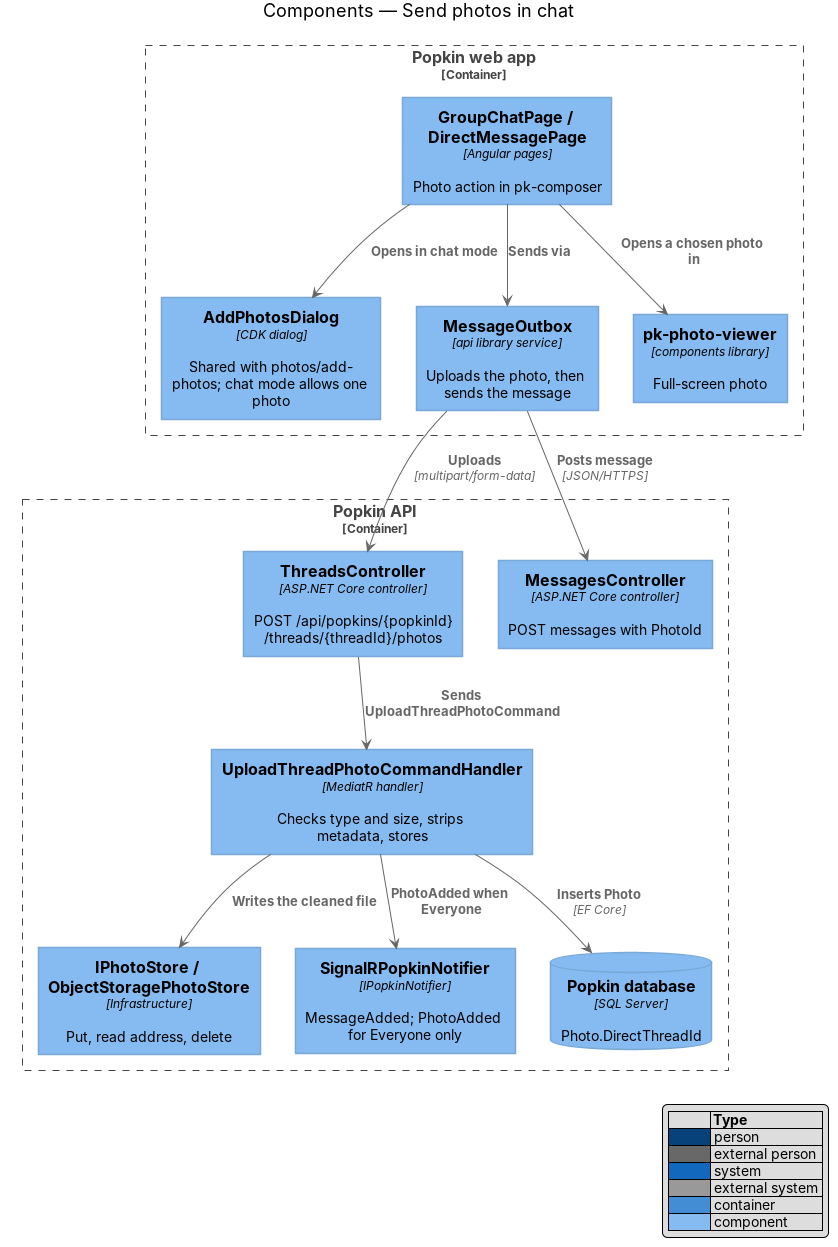
Earlier version of the PlantUML export docs/detailed-designs/chat/send-photos-in-chat/diagrams/c4-component.png (QuinntyneBrown/popkin). Its source is kept beside it as docs/detailed-designs/chat/send-photos-in-chat/diagrams/c4-component.puml. Its diagram source:
```plantuml
@startuml
!include <C4/C4_Component>
LAYOUT_WITH_LEGEND()
title Components — Send photos in chat

Container_Boundary(web, "Popkin web app") {
  Component(page, "GroupChatPage / DirectMessagePage", "Angular pages", "Photo action in pk-composer")
  Component(dialog, "AddPhotosDialog", "CDK dialog", "Shared with photos/add-photos; chat mode allows one photo")
  Component(outbox, "MessageOutbox", "api library service", "Uploads the photo, then sends the message")
  Component(viewer, "pk-photo-viewer", "components library", "Full-screen photo")
}
Container_Boundary(api, "Popkin API") {
  Component(threads, "ThreadsController", "ASP.NET Core controller", "POST /api/popkins/{popkinId}/threads/{threadId}/photos")
  Component(upload, "UploadThreadPhotoCommandHandler", "MediatR handler", "Checks type and size, strips metadata, stores")
  Component(messages, "MessagesController", "ASP.NET Core controller", "POST messages with PhotoId")
  Component(photostore, "IPhotoStore / ObjectStoragePhotoStore", "Infrastructure", "Put, read address, delete")
  Component(notifier, "SignalRPopkinNotifier", "IPopkinNotifier", "MessageAdded; PhotoAdded for Everyone only")
  ComponentDb(db, "Popkin database", "SQL Server", "Photo.DirectThreadId")
}
Rel(page, dialog, "Opens in chat mode")
Rel(page, outbox, "Sends via")
Rel(page, viewer, "Opens a chosen photo in")
Rel(outbox, threads, "Uploads", "multipart/form-data")
Rel(outbox, messages, "Posts message", "JSON/HTTPS")
Rel(threads, upload, "Sends UploadThreadPhotoCommand")
Rel(upload, photostore, "Writes the cleaned file")
Rel(upload, db, "Inserts Photo", "EF Core")
Rel(upload, notifier, "PhotoAdded when Everyone")
@enduml
```
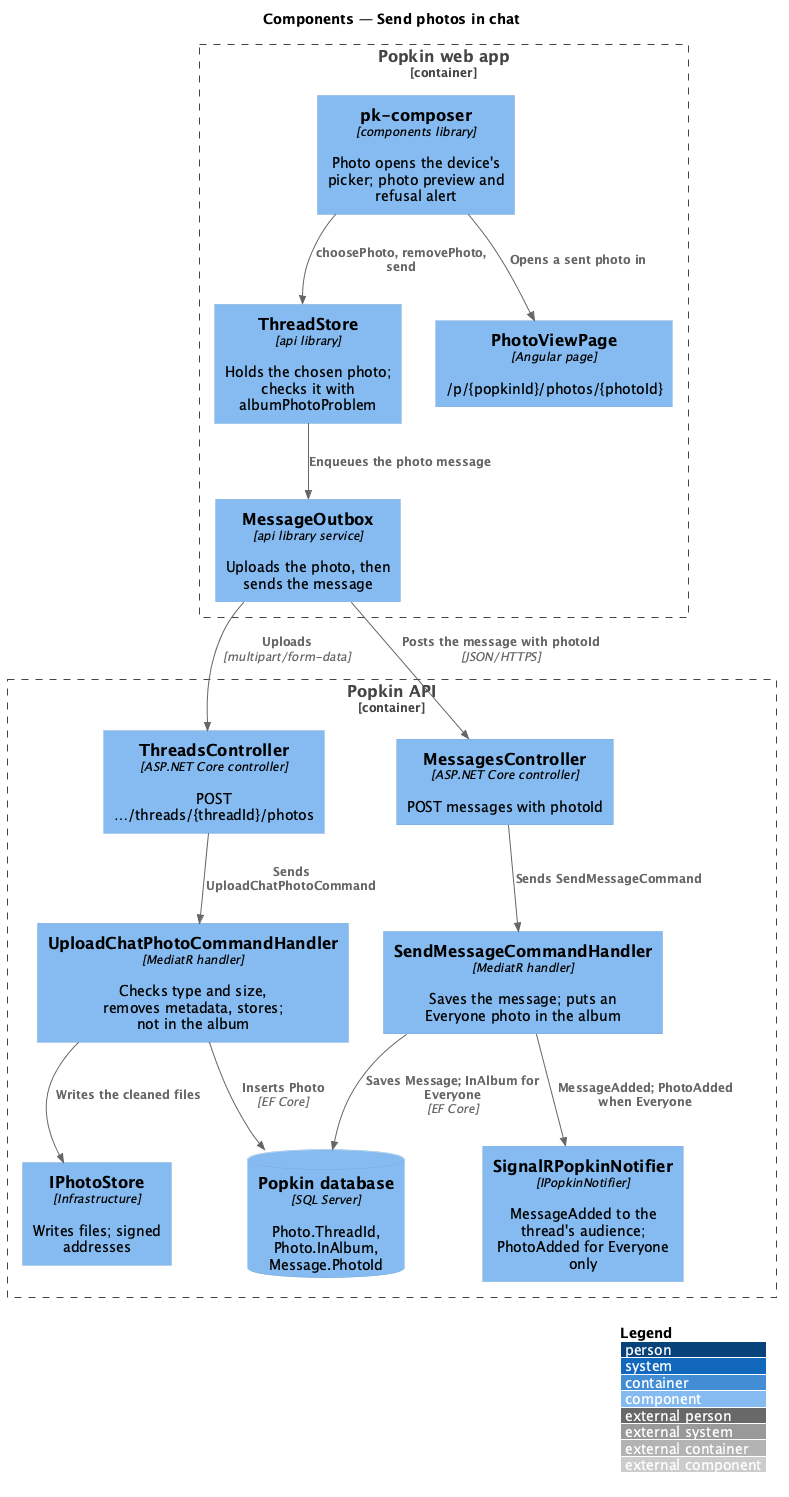
After the change.

Commit message:
Settle the design of sending photos in chat

Diff of the diagram source:
```diff
@@ -4,26 +4,29 @@
 title Components — Send photos in chat
 
 Container_Boundary(web, "Popkin web app") {
-  Component(page, "GroupChatPage / DirectMessagePage", "Angular pages", "Photo action in pk-composer")
-  Component(dialog, "AddPhotosDialog", "CDK dialog", "Shared with photos/add-photos; chat mode allows one photo")
+  Component(composer, "pk-composer", "components library", "Photo opens the device's picker; photo preview and refusal alert")
+  Component(store, "ThreadStore", "api library", "Holds the chosen photo; checks it with albumPhotoProblem")
   Component(outbox, "MessageOutbox", "api library service", "Uploads the photo, then sends the message")
-  Component(viewer, "pk-photo-viewer", "components library", "Full-screen photo")
+  Component(viewer, "PhotoViewPage", "Angular page", "/p/{popkinId}/photos/{photoId}")
 }
 Container_Boundary(api, "Popkin API") {
-  Component(threads, "ThreadsController", "ASP.NET Core controller", "POST /api/popkins/{popkinId}/threads/{threadId}/photos")
-  Component(upload, "UploadThreadPhotoCommandHandler", "MediatR handler", "Checks type and size, strips metadata, stores")
-  Component(messages, "MessagesController", "ASP.NET Core controller", "POST messages with PhotoId")
-  Component(photostore, "IPhotoStore / ObjectStoragePhotoStore", "Infrastructure", "Put, read address, delete")
-  Component(notifier, "SignalRPopkinNotifier", "IPopkinNotifier", "MessageAdded; PhotoAdded for Everyone only")
-  ComponentDb(db, "Popkin database", "SQL Server", "Photo.DirectThreadId")
+  Component(threads, "ThreadsController", "ASP.NET Core controller", "POST …/threads/{threadId}/photos")
+  Component(upload, "UploadChatPhotoCommandHandler", "MediatR handler", "Checks type and size, removes metadata, stores; not in the album")
+  Component(messages, "MessagesController", "ASP.NET Core controller", "POST messages with photoId")
+  Component(send, "SendMessageCommandHandler", "MediatR handler", "Saves the message; puts an Everyone photo in the album")
+  Component(photostore, "IPhotoStore", "Infrastructure", "Writes files; signed addresses")
+  Component(notifier, "SignalRPopkinNotifier", "IPopkinNotifier", "MessageAdded to the thread's audience; PhotoAdded for Everyone only")
+  ComponentDb(db, "Popkin database", "SQL Server", "Photo.ThreadId, Photo.InAlbum, Message.PhotoId")
 }
-Rel(page, dialog, "Opens in chat mode")
-Rel(page, outbox, "Sends via")
-Rel(page, viewer, "Opens a chosen photo in")
+Rel(composer, store, "choosePhoto, removePhoto, send")
+Rel(store, outbox, "Enqueues the photo message")
+Rel(composer, viewer, "Opens a sent photo in")
 Rel(outbox, threads, "Uploads", "multipart/form-data")
-Rel(outbox, messages, "Posts message", "JSON/HTTPS")
-Rel(threads, upload, "Sends UploadThreadPhotoCommand")
-Rel(upload, photostore, "Writes the cleaned file")
+Rel(outbox, messages, "Posts the message with photoId", "JSON/HTTPS")
+Rel(threads, upload, "Sends UploadChatPhotoCommand")
+Rel(upload, photostore, "Writes the cleaned files")
 Rel(upload, db, "Inserts Photo", "EF Core")
-Rel(upload, notifier, "PhotoAdded when Everyone")
+Rel(messages, send, "Sends SendMessageCommand")
+Rel(send, db, "Saves Message; InAlbum for Everyone", "EF Core")
+Rel(send, notifier, "MessageAdded; PhotoAdded when Everyone")
 @enduml
```
